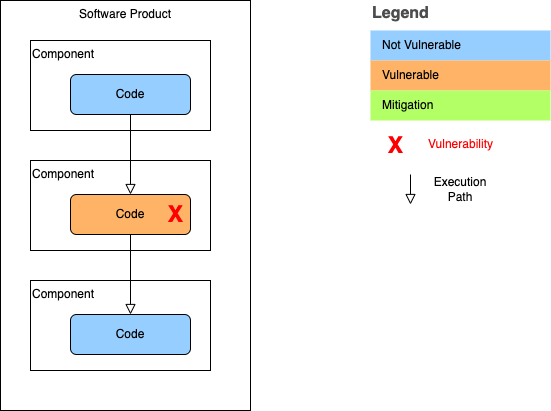
Above: 3.2-Legend.b.drawio.png in nishakm/VexStatusJustificationDiagrams (draw.io), before the change. Source tidied: cells renumbered, new cells last; positions are measured from the earlier drawing's top-left corner, leaving out a move shared by most shapes. Source of this version:
```xml
<mxGraphModel>
  <root>
    <mxCell id="0" />
    <mxCell id="1" parent="0" />
    <mxCell id="2" value="Software Product" style="rounded=0;whiteSpace=wrap;html=1;verticalAlign=top;" parent="1" vertex="1">
      <mxGeometry width="250" height="410" as="geometry" />
    </mxCell>
    <mxCell id="3" value="Component" style="rounded=0;whiteSpace=wrap;html=1;verticalAlign=top;align=left;" parent="1" vertex="1">
      <mxGeometry x="30" y="40" width="180" height="90" as="geometry" />
    </mxCell>
    <mxCell id="4" value="Code" style="rounded=1;whiteSpace=wrap;html=1;fontSize=12;glass=0;strokeWidth=1;shadow=0;fillColor=#96ceff;" parent="1" vertex="1">
      <mxGeometry x="70" y="74" width="120" height="40" as="geometry" />
    </mxCell>
    <mxCell id="5" value="Component" style="rounded=0;whiteSpace=wrap;html=1;verticalAlign=top;align=left;" parent="1" vertex="1">
      <mxGeometry x="30" y="160" width="180" height="90" as="geometry" />
    </mxCell>
    <mxCell id="6" value="Code" style="rounded=1;whiteSpace=wrap;html=1;fontSize=12;glass=0;strokeWidth=1;shadow=0;fillColor=#FFB366;" parent="1" vertex="1">
      <mxGeometry x="70" y="194" width="120" height="40" as="geometry" />
    </mxCell>
    <mxCell id="7" style="rounded=0;html=1;jettySize=auto;fontSize=11;endArrow=block;endFill=0;endSize=8;strokeWidth=1;shadow=0;labelBackgroundColor=none;edgeStyle=orthogonalEdgeStyle;" parent="1" edge="1" source="4" target="6">
      <mxGeometry relative="1" as="geometry" />
    </mxCell>
    <mxCell id="8" value="Component" style="rounded=0;whiteSpace=wrap;html=1;verticalAlign=top;align=left;" parent="1" vertex="1">
      <mxGeometry x="30" y="280" width="180" height="90" as="geometry" />
    </mxCell>
    <mxCell id="9" value="Code" style="rounded=1;whiteSpace=wrap;html=1;fontSize=12;glass=0;strokeWidth=1;shadow=0;fillColor=#96CEFF;" parent="1" vertex="1">
      <mxGeometry x="70" y="314" width="120" height="40" as="geometry" />
    </mxCell>
    <mxCell id="10" style="rounded=0;html=1;jettySize=auto;fontSize=11;endArrow=block;endFill=0;endSize=8;strokeWidth=1;shadow=0;labelBackgroundColor=none;edgeStyle=orthogonalEdgeStyle;" parent="1" edge="1" source="6" target="9">
      <mxGeometry relative="1" as="geometry" />
    </mxCell>
    <mxCell id="11" value="Legend" style="align=left;fontSize=16;fontStyle=1;strokeColor=none;fillColor=none;fontColor=#4D4D4D;spacingTop=-8;" parent="1" vertex="1">
      <mxGeometry x="370" width="180" height="30" as="geometry" />
    </mxCell>
    <mxCell id="12" style="shape=table;html=1;whiteSpace=wrap;startSize=0;fillColor=none;align=left;spacingLeft=10;strokeColor=none;rounded=1;arcSize=11;fontColor=#FFFFFF;" parent="1" vertex="1">
      <mxGeometry x="370" y="30" width="180" height="90" as="geometry" />
    </mxCell>
    <mxCell id="13" value="&lt;font color=&quot;#000000&quot;&gt;Not Vulnerable&lt;/font&gt;" style="shape=partialRectangle;html=1;whiteSpace=wrap;fillColor=#96ceff;top=0;left=0;bottom=0;right=0;overflow=hidden;align=left;spacingLeft=10;fontColor=#FFFFFF;" parent="12" vertex="1">
      <mxGeometry width="180" height="30" as="geometry" />
    </mxCell>
    <mxCell id="14" value="&lt;font color=&quot;#000000&quot;&gt;Vulnerable&lt;/font&gt;" style="shape=partialRectangle;html=1;whiteSpace=wrap;fillColor=#FFB366;top=0;left=0;bottom=0;right=0;overflow=hidden;align=left;spacingLeft=10;fontColor=#FFFFFF;" parent="12" vertex="1">
      <mxGeometry y="30" width="180" height="30" as="geometry" />
    </mxCell>
    <mxCell id="15" value="&lt;font color=&quot;#000000&quot;&gt;Mitigation&lt;/font&gt;" style="shape=partialRectangle;html=1;whiteSpace=wrap;fillColor=#B3FF66;top=0;left=0;bottom=0;right=0;overflow=hidden;align=left;spacingLeft=10;fontColor=#FFFFFF;" parent="12" vertex="1">
      <mxGeometry y="60" width="180" height="30" as="geometry" />
    </mxCell>
    <mxCell id="16" style="rounded=0;html=1;jettySize=auto;orthogonalLoop=1;fontSize=11;endArrow=block;endFill=0;endSize=8;strokeWidth=1;shadow=0;labelBackgroundColor=none;edgeStyle=orthogonalEdgeStyle;" parent="1" edge="1">
      <mxGeometry relative="1" as="geometry">
        <mxPoint x="410" y="174" as="sourcePoint" />
        <mxPoint x="410" y="204" as="targetPoint" />
      </mxGeometry>
    </mxCell>
    <mxCell id="17" value="Execution Path" style="text;html=1;strokeColor=none;fillColor=none;align=center;verticalAlign=middle;whiteSpace=wrap;rounded=0;" parent="1" vertex="1">
      <mxGeometry x="430" y="174" width="60" height="30" as="geometry" />
    </mxCell>
    <mxCell id="18" value="&lt;font size=&quot;1&quot; color=&quot;#ff0000&quot;&gt;&lt;b style=&quot;font-size: 23px;&quot;&gt;X&lt;/b&gt;&lt;/font&gt;" style="text;html=1;align=center;verticalAlign=middle;strokeColor=none;fillColor=none;fontSize=16;fontColor=#44AB44;" parent="1" vertex="1">
      <mxGeometry x="380" y="130" width="30" height="30" as="geometry" />
    </mxCell>
    <mxCell id="19" value="&lt;font style=&quot;font-size: 12px;&quot;&gt;Vulnerability&lt;/font&gt;" style="text;html=1;align=center;verticalAlign=middle;strokeColor=none;fillColor=none;fontSize=23;fontColor=#FF0000;" parent="1" vertex="1">
      <mxGeometry x="420" y="120" width="80" height="40" as="geometry" />
    </mxCell>
    <mxCell id="20" value="&lt;font size=&quot;1&quot; color=&quot;#ff0000&quot;&gt;&lt;b style=&quot;font-size: 23px;&quot;&gt;X&lt;/b&gt;&lt;/font&gt;" style="text;html=1;align=center;verticalAlign=middle;strokeColor=none;fillColor=none;fontSize=16;fontColor=#44AB44;" parent="1" vertex="1">
      <mxGeometry x="160" y="199" width="30" height="30" as="geometry" />
    </mxCell>
  </root>
</mxGraphModel>
```
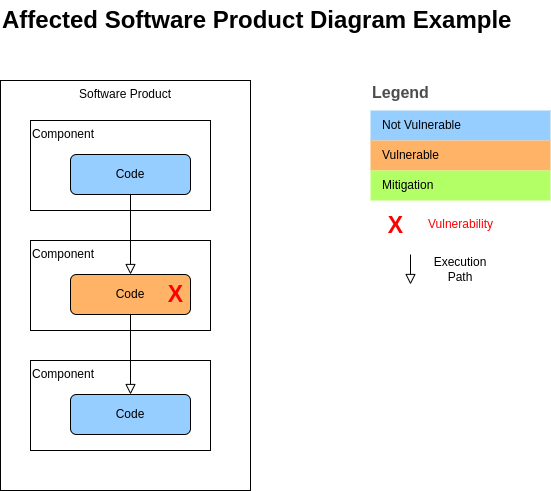
The same diagram one commit later.

What changed in the source:
```diff
@@ -62,5 +62,8 @@
     <mxCell id="20" value="&lt;font size=&quot;1&quot; color=&quot;#ff0000&quot;&gt;&lt;b style=&quot;font-size: 23px;&quot;&gt;X&lt;/b&gt;&lt;/font&gt;" style="text;html=1;align=center;verticalAlign=middle;strokeColor=none;fillColor=none;fontSize=16;fontColor=#44AB44;" parent="1" vertex="1">
       <mxGeometry x="160" y="199" width="30" height="30" as="geometry" />
     </mxCell>
+    <mxCell id="21" value="Affected Software Product Diagram Example" style="text;strokeColor=none;fillColor=none;html=1;fontSize=24;fontStyle=1;verticalAlign=middle;align=left;" parent="1" vertex="1">
+      <mxGeometry y="-80" width="520" height="40" as="geometry" />
+    </mxCell>
   </root>
 </mxGraphModel>
```
